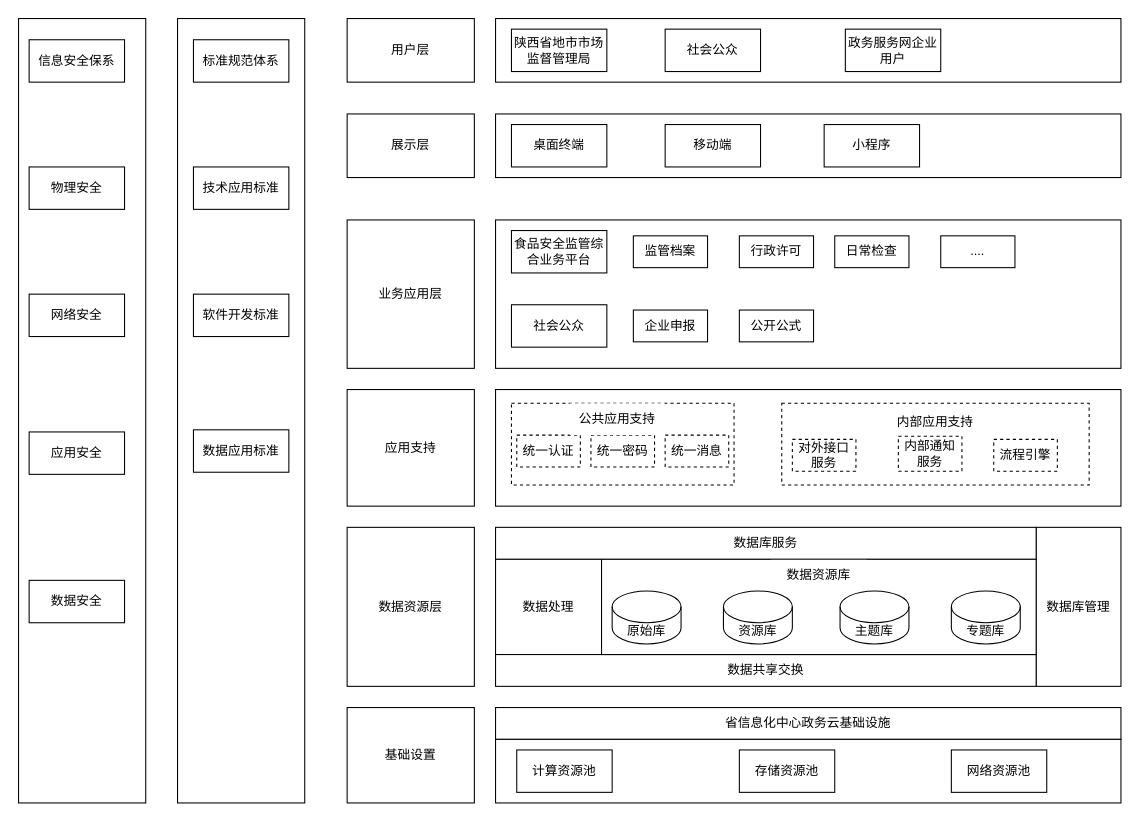
This is 迁移后部署架构图.drawio from qulongxiang/amis-editor-demo, a draw.io file, before an edit. Source tidied: cells renumbered, new cells numbered last; positions are measured from the earlier drawing's top-left corner, leaving out a move shared by most shapes. Both pictures are drawn from the tidied source at 106%, with x=0, y=0 at pixel (18, 18).
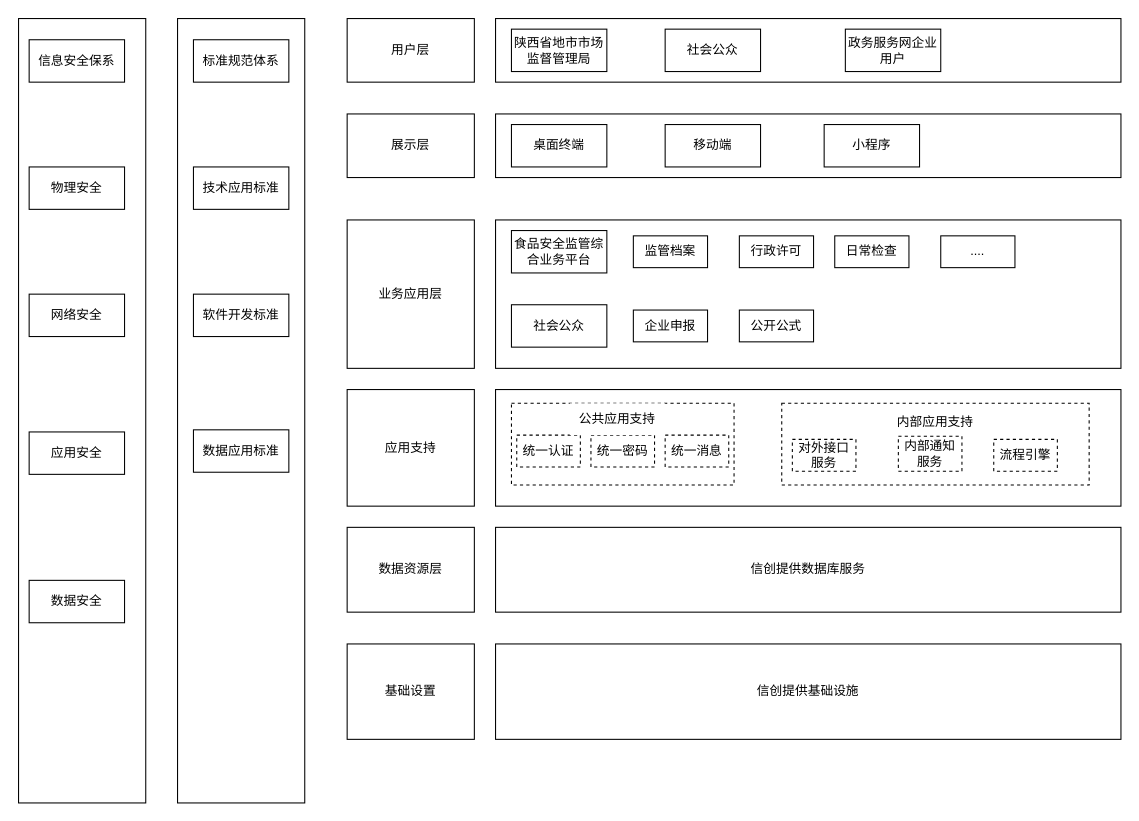
After the change.

Commit message (it also covers changes not shown here):
更新迁移后部署架构图.drawio

What changed in the source:
```diff
@@
     <mxCell id="45" value="数据资源层" style="rounded=0;whiteSpace=wrap;html=1;" parent="1" vertex="1">
-      <mxGeometry x="310" y="480" width="120" height="150" as="geometry" />
+      <mxGeometry x="310" y="480" width="120" height="80" as="geometry" />
     </mxCell>
-    <mxCell id="46" value="数据库管理" style="rounded=0;whiteSpace=wrap;html=1;" parent="1" vertex="1">
-      <mxGeometry x="960" y="480" width="80" height="150" as="geometry" />
-    </mxCell>
-    <mxCell id="47" value="数据处理" style="rounded=0;whiteSpace=wrap;html=1;" parent="1" vertex="1">
-      <mxGeometry x="450" y="510" width="100" height="90" as="geometry" />
-    </mxCell>
-    <mxCell id="48" value="数据共享交换" style="rounded=0;whiteSpace=wrap;html=1;" parent="1" vertex="1">
-      <mxGeometry x="450" y="600" width="510" height="30" as="geometry" />
-    </mxCell>
-    <mxCell id="49" style="rounded=0;whiteSpace=wrap;html=1;" parent="1" vertex="1">
-      <mxGeometry x="550" y="510" width="410" height="90" as="geometry" />
-    </mxCell>
-    <mxCell id="50" value="原始库" style="shape=cylinder3;whiteSpace=wrap;html=1;boundedLbl=1;backgroundOutline=1;size=15;" parent="1" vertex="1">
-      <mxGeometry x="560" y="540" width="65" height="50" as="geometry" />
-    </mxCell>
-    <mxCell id="51" value="资源库" style="shape=cylinder3;whiteSpace=wrap;html=1;boundedLbl=1;backgroundOutline=1;size=15;" parent="1" vertex="1">
-      <mxGeometry x="665" y="540" width="65" height="50" as="geometry" />
-    </mxCell>
-    <mxCell id="52" value="主题库" style="shape=cylinder3;whiteSpace=wrap;html=1;boundedLbl=1;backgroundOutline=1;size=15;" parent="1" vertex="1">
-      <mxGeometry x="775" y="540" width="65" height="50" as="geometry" />
-    </mxCell>
-    <mxCell id="53" value="专题库" style="shape=cylinder3;whiteSpace=wrap;html=1;boundedLbl=1;backgroundOutline=1;size=15;" parent="1" vertex="1">
-      <mxGeometry x="880" y="540" width="65" height="50" as="geometry" />
-    </mxCell>
-    <mxCell id="54" value="数据资源库" style="rounded=0;whiteSpace=wrap;html=1;dashed=1;strokeColor=none;" parent="1" vertex="1">
-      <mxGeometry x="710" y="510" width="90" height="30" as="geometry" />
-    </mxCell>
-    <mxCell id="55" value="数据库服务" style="rounded=0;whiteSpace=wrap;html=1;" parent="1" vertex="1">
-      <mxGeometry x="450" y="480" width="510" height="30" as="geometry" />
+    <mxCell id="55" value="信创提供数据库服务" style="rounded=0;whiteSpace=wrap;html=1;" parent="1" vertex="1">
+      <mxGeometry x="450" y="480" width="590" height="80" as="geometry" />
     </mxCell>
     <mxCell id="56" value="基础设置" style="rounded=0;whiteSpace=wrap;html=1;" parent="1" vertex="1">
-      <mxGeometry x="310" y="650" width="120" height="90" as="geometry" />
+      <mxGeometry x="310" y="590" width="120" height="90" as="geometry" />
     </mxCell>
-    <mxCell id="57" value="省信息化中心政务云基础设施" style="rounded=0;whiteSpace=wrap;html=1;" parent="1" vertex="1">
-      <mxGeometry x="450" y="650" width="590" height="30" as="geometry" />
+    <mxCell id="57" value="信创提供基础设施" style="rounded=0;whiteSpace=wrap;html=1;" parent="1" vertex="1">
+      <mxGeometry x="450" y="590" width="590" height="90" as="geometry" />
     </mxCell>
-    <mxCell id="58" style="rounded=0;whiteSpace=wrap;html=1;" parent="1" vertex="1">
-      <mxGeometry x="450" y="680" width="590" height="60" as="geometry" />
-    </mxCell>
-    <mxCell id="59" value="计算资源池" style="rounded=0;whiteSpace=wrap;html=1;" parent="1" vertex="1">
-      <mxGeometry x="470" y="690" width="90" height="40" as="geometry" />
-    </mxCell>
-    <mxCell id="60" value="存储资源池" style="rounded=0;whiteSpace=wrap;html=1;" parent="1" vertex="1">
-      <mxGeometry x="680" y="690" width="90" height="40" as="geometry" />
-    </mxCell>
-    <mxCell id="61" value="网络资源池" style="rounded=0;whiteSpace=wrap;html=1;" parent="1" vertex="1">
-      <mxGeometry x="880" y="690" width="90" height="40" as="geometry" />
-    </mxCell>
```
